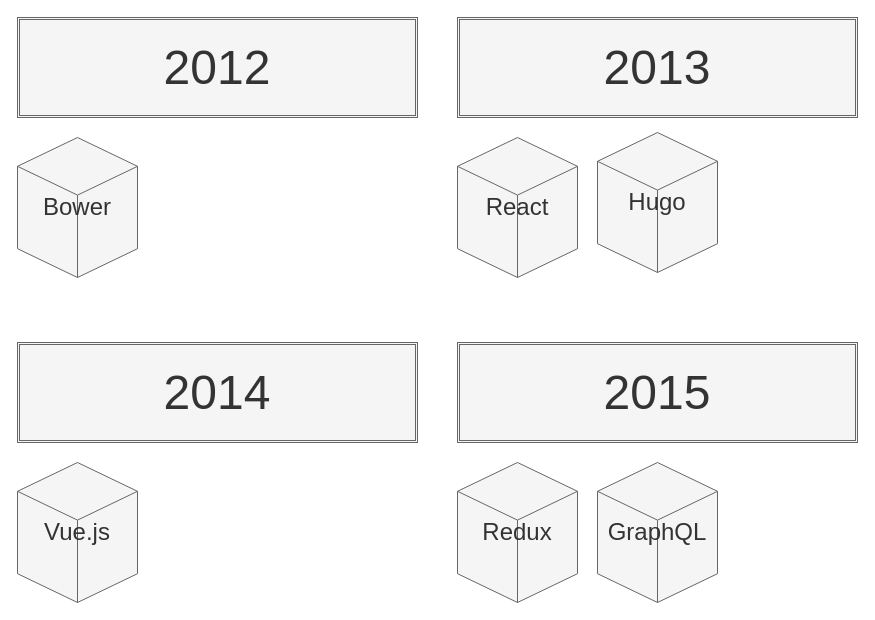
Above: assets/images/drawio/02_history_of_frontend_software_2.drawio in silverbirder/Introduction_to_Micro_Frontends (draw.io), before the change. Source tidied: cells renumbered, new cells numbered last; positions are measured from the earlier drawing's top-left corner, leaving out a move shared by most shapes. Both pictures are drawn from the tidied source at 100%, with x=0, y=0 at pixel (17, 17).
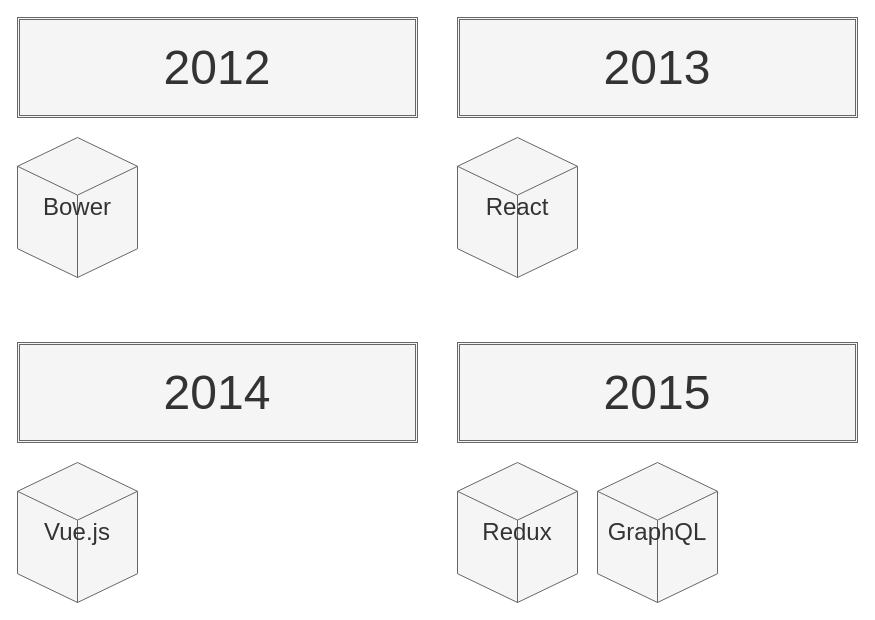
The same page after the edit.

Change to the diagram source:
```diff
@@
 <mxGraphModel>
   <root>
     <mxCell id="0" />
     <mxCell id="1" parent="0" />
     <mxCell id="2" value="&lt;font style=&quot;font-size: 48px&quot;&gt;2012&lt;/font&gt;" style="shape=ext;double=1;rounded=0;whiteSpace=wrap;html=1;shadow=0;sketch=0;fillColor=#f5f5f5;strokeColor=#666666;fontColor=#333333;" parent="1" vertex="1">
       <mxGeometry width="400" height="100" as="geometry" />
     </mxCell>
     <mxCell id="3" value="&lt;font style=&quot;font-size: 24px&quot;&gt;Bower&lt;/font&gt;" style="html=1;whiteSpace=wrap;shape=isoCube2;backgroundOutline=1;isoAngle=15;shadow=0;sketch=0;fillColor=#f5f5f5;strokeColor=#666666;fontColor=#333333;" parent="1" vertex="1">
       <mxGeometry y="120" width="120" height="140" as="geometry" />
     </mxCell>
     <mxCell id="4" value="&lt;font style=&quot;font-size: 48px&quot;&gt;2013&lt;/font&gt;" style="shape=ext;double=1;rounded=0;whiteSpace=wrap;html=1;shadow=0;sketch=0;fillColor=#f5f5f5;strokeColor=#666666;fontColor=#333333;" parent="1" vertex="1">
       <mxGeometry x="440" width="400" height="100" as="geometry" />
     </mxCell>
     <mxCell id="5" value="&lt;font style=&quot;font-size: 24px&quot;&gt;React&lt;/font&gt;" style="html=1;whiteSpace=wrap;shape=isoCube2;backgroundOutline=1;isoAngle=15;shadow=0;sketch=0;fillColor=#f5f5f5;strokeColor=#666666;fontColor=#333333;" parent="1" vertex="1">
       <mxGeometry x="440" y="120" width="120" height="140" as="geometry" />
     </mxCell>
-    <mxCell id="6" value="&lt;font style=&quot;font-size: 24px&quot;&gt;Hugo&lt;/font&gt;" style="html=1;whiteSpace=wrap;shape=isoCube2;backgroundOutline=1;isoAngle=15;shadow=0;sketch=0;fillColor=#f5f5f5;strokeColor=#666666;fontColor=#333333;" parent="1" vertex="1">
-      <mxGeometry x="580" y="115" width="120" height="140" as="geometry" />
-    </mxCell>
     <mxCell id="7" value="&lt;font style=&quot;font-size: 48px&quot;&gt;2014&lt;/font&gt;" style="shape=ext;double=1;rounded=0;whiteSpace=wrap;html=1;shadow=0;sketch=0;fillColor=#f5f5f5;strokeColor=#666666;fontColor=#333333;" parent="1" vertex="1">
       <mxGeometry y="325" width="400" height="100" as="geometry" />
     </mxCell>
     <mxCell id="8" value="&lt;font style=&quot;font-size: 24px&quot;&gt;Vue.js&lt;/font&gt;" style="html=1;whiteSpace=wrap;shape=isoCube2;backgroundOutline=1;isoAngle=15;shadow=0;sketch=0;fillColor=#f5f5f5;strokeColor=#666666;fontColor=#333333;" parent="1" vertex="1">
       <mxGeometry y="445" width="120" height="140" as="geometry" />
     </mxCell>
     <mxCell id="9" value="&lt;font style=&quot;font-size: 48px&quot;&gt;2015&lt;/font&gt;" style="shape=ext;double=1;rounded=0;whiteSpace=wrap;html=1;shadow=0;sketch=0;fillColor=#f5f5f5;strokeColor=#666666;fontColor=#333333;" parent="1" vertex="1">
       <mxGeometry x="440" y="325" width="400" height="100" as="geometry" />
     </mxCell>
     <mxCell id="10" value="&lt;font style=&quot;font-size: 24px&quot;&gt;Redux&lt;/font&gt;" style="html=1;whiteSpace=wrap;shape=isoCube2;backgroundOutline=1;isoAngle=15;shadow=0;sketch=0;fillColor=#f5f5f5;strokeColor=#666666;fontColor=#333333;" parent="1" vertex="1">
       <mxGeometry x="440" y="445" width="120" height="140" as="geometry" />
     </mxCell>
     <mxCell id="11" value="&lt;font style=&quot;font-size: 24px&quot;&gt;GraphQL&lt;/font&gt;" style="html=1;whiteSpace=wrap;shape=isoCube2;backgroundOutline=1;isoAngle=15;shadow=0;sketch=0;fillColor=#f5f5f5;strokeColor=#666666;fontColor=#333333;" parent="1" vertex="1">
       <mxGeometry x="580" y="445" width="120" height="140" as="geometry" />
     </mxCell>
   </root>
 </mxGraphModel>
```
